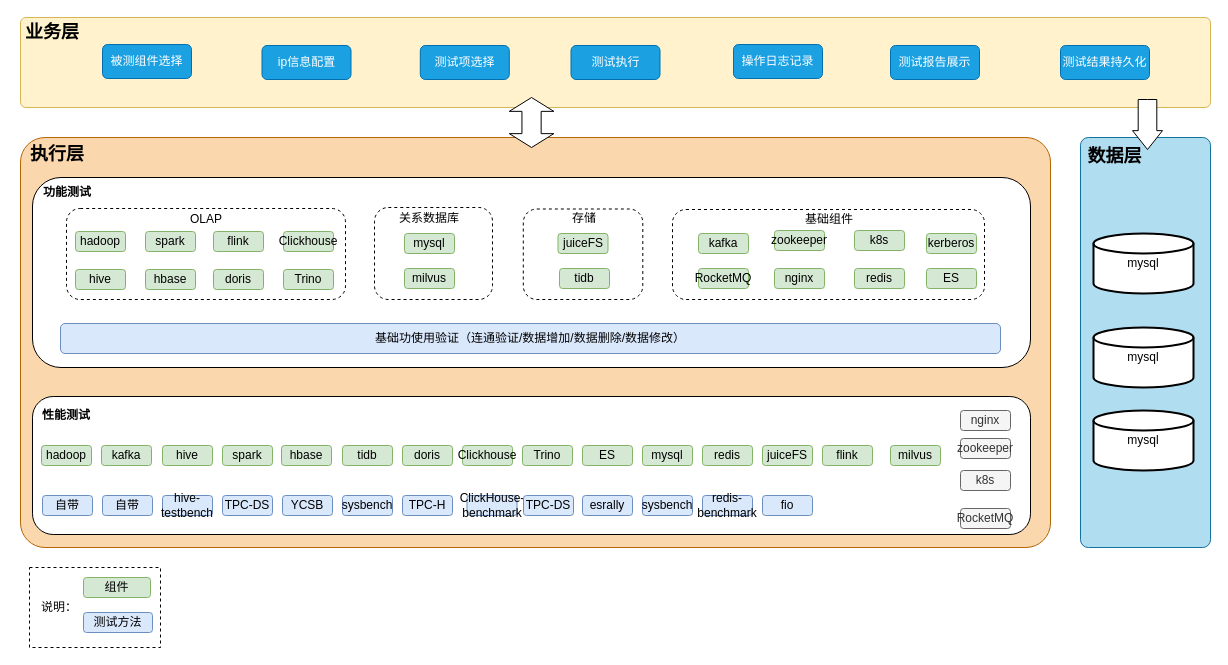
Earlier version of the draw.io diagram stresstest.drawio (Janxun/picture). Source tidied: cells renumbered, new cells numbered last; positions are measured from the earlier drawing's top-left corner, leaving out a move shared by most shapes. Both pictures are drawn from the tidied source at 100%, with x=0, y=0 at pixel (16, 17).
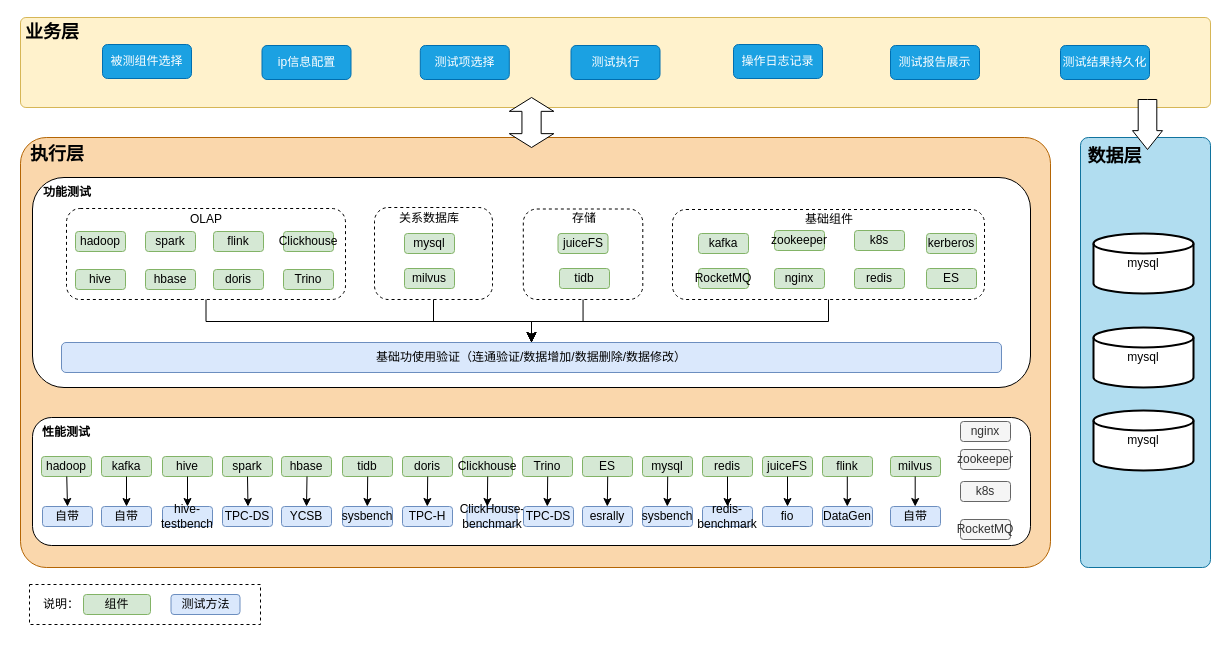
The same page after the edit.

The change refers to these unchanged cells:
```xml
<mxCell id="47" style="rounded=1;whiteSpace=wrap;html=1;dashed=1;" parent="1" vertex="1">
  <mxGeometry x="50" y="191" width="279" height="91" as="geometry" />
</mxCell>
<mxCell id="56" style="rounded=1;whiteSpace=wrap;html=1;dashed=1;" parent="1" vertex="1">
  <mxGeometry x="358" y="190" width="118" height="92" as="geometry" />
</mxCell>
<mxCell id="59" style="rounded=1;whiteSpace=wrap;html=1;dashed=1;" parent="1" vertex="1">
  <mxGeometry x="656" y="192" width="312" height="90" as="geometry" />
</mxCell>
<mxCell id="70" style="rounded=1;whiteSpace=wrap;html=1;dashed=1;" parent="1" vertex="1">
  <mxGeometry x="506.8" y="191.5" width="119.5" height="90.5" as="geometry" />
</mxCell>
```

What changed in the source:
```diff
@@
     <mxCell id="2" style="rounded=0;whiteSpace=wrap;html=1;dashed=1;" parent="1" vertex="1">
-      <mxGeometry x="13" y="550" width="131" height="80" as="geometry" />
+      <mxGeometry x="13" y="567" width="231" height="40" as="geometry" />
     </mxCell>
     <mxCell id="3" style="rounded=1;whiteSpace=wrap;html=1;align=left;arcSize=6;fillColor=#b1ddf0;strokeColor=#10739e;" parent="1" vertex="1">
-      <mxGeometry x="1064" y="120" width="130" height="410" as="geometry" />
+      <mxGeometry x="1064" y="120" width="130" height="430" as="geometry" />
     </mxCell>
@@
     <mxCell id="6" style="rounded=1;whiteSpace=wrap;html=1;align=left;arcSize=6;fillColor=#fad7ac;strokeColor=#b46504;" parent="1" vertex="1">
-      <mxGeometry x="4" y="120" width="1030" height="410" as="geometry" />
+      <mxGeometry x="4" y="120" width="1030" height="430" as="geometry" />
     </mxCell>
@@
     <mxCell id="8" style="rounded=1;whiteSpace=wrap;html=1;" parent="1" vertex="1">
-      <mxGeometry x="16" y="160" width="998" height="190" as="geometry" />
+      <mxGeometry x="16" y="160" width="998" height="210" as="geometry" />
     </mxCell>
@@
     <mxCell id="10" style="rounded=1;whiteSpace=wrap;html=1;" parent="1" vertex="1">
-      <mxGeometry x="16" y="379" width="998" height="138" as="geometry" />
+      <mxGeometry x="16" y="400" width="998" height="128" as="geometry" />
     </mxCell>
     <mxCell id="11" value="&lt;b&gt;性能测试&lt;/b&gt;" style="text;html=1;strokeColor=none;fillColor=none;align=center;verticalAlign=middle;whiteSpace=wrap;rounded=0;" parent="1" vertex="1">
-      <mxGeometry x="15" y="383" width="70" height="30" as="geometry" />
+      <mxGeometry x="15" y="400" width="70" height="30" as="geometry" />
     </mxCell>
     <mxCell id="12" value="基础功使用验证（连通验证/数据增加/数据删除/数据修改）" style="rounded=1;whiteSpace=wrap;html=1;fillColor=#dae8fc;strokeColor=#6c8ebf;" parent="1" vertex="1">
-      <mxGeometry x="44" y="306" width="940" height="30" as="geometry" />
+      <mxGeometry x="45" y="325" width="940" height="30" as="geometry" />
     </mxCell>
     <mxCell id="13" value="hive" style="rounded=1;whiteSpace=wrap;html=1;fillColor=#d5e8d4;strokeColor=#82b366;" parent="1" vertex="1">
-      <mxGeometry x="146" y="428" width="50" height="20" as="geometry" />
+      <mxGeometry x="146" y="439" width="50" height="20" as="geometry" />
     </mxCell>
     <mxCell id="14" value="hbase" style="rounded=1;whiteSpace=wrap;html=1;fillColor=#d5e8d4;strokeColor=#82b366;" parent="1" vertex="1">
-      <mxGeometry x="265" y="428" width="50" height="20" as="geometry" />
+      <mxGeometry x="265" y="439" width="50" height="20" as="geometry" />
     </mxCell>
     <mxCell id="15" value="hadoop" style="rounded=1;whiteSpace=wrap;html=1;fillColor=#d5e8d4;strokeColor=#82b366;" parent="1" vertex="1">
-      <mxGeometry x="25" y="428" width="50" height="20" as="geometry" />
+      <mxGeometry x="25" y="439" width="50" height="20" as="geometry" />
     </mxCell>
     <mxCell id="16" value="flink" style="rounded=1;whiteSpace=wrap;html=1;fillColor=#d5e8d4;strokeColor=#82b366;" parent="1" vertex="1">
-      <mxGeometry x="806" y="428" width="50" height="20" as="geometry" />
+      <mxGeometry x="806" y="439" width="50" height="20" as="geometry" />
     </mxCell>
     <mxCell id="17" value="tidb" style="rounded=1;whiteSpace=wrap;html=1;fillColor=#d5e8d4;strokeColor=#82b366;" parent="1" vertex="1">
-      <mxGeometry x="326" y="428" width="50" height="20" as="geometry" />
+      <mxGeometry x="326" y="439" width="50" height="20" as="geometry" />
     </mxCell>
     <mxCell id="18" value="doris" style="rounded=1;whiteSpace=wrap;html=1;fillColor=#d5e8d4;strokeColor=#82b366;" parent="1" vertex="1">
-      <mxGeometry x="386" y="428" width="50" height="20" as="geometry" />
+      <mxGeometry x="386" y="439" width="50" height="20" as="geometry" />
     </mxCell>
     <mxCell id="19" value="zookeeper" style="rounded=1;whiteSpace=wrap;html=1;fillColor=#f5f5f5;fontColor=#333333;strokeColor=#666666;" parent="1" vertex="1">
-      <mxGeometry x="944" y="421" width="50" height="20" as="geometry" />
+      <mxGeometry x="944" y="432" width="50" height="20" as="geometry" />
     </mxCell>
     <mxCell id="20" value="milvus" style="rounded=1;whiteSpace=wrap;html=1;fillColor=#d5e8d4;strokeColor=#82b366;" parent="1" vertex="1">
-      <mxGeometry x="874" y="428" width="50" height="20" as="geometry" />
+      <mxGeometry x="874" y="439" width="50" height="20" as="geometry" />
     </mxCell>
     <mxCell id="21" value="mysql" style="rounded=1;whiteSpace=wrap;html=1;fillColor=#d5e8d4;strokeColor=#82b366;" parent="1" vertex="1">
-      <mxGeometry x="626" y="428" width="50" height="20" as="geometry" />
+      <mxGeometry x="626" y="439" width="50" height="20" as="geometry" />
     </mxCell>
     <mxCell id="22" value="nginx" style="rounded=1;whiteSpace=wrap;html=1;fillColor=#f5f5f5;strokeColor=#666666;fontColor=#333333;" parent="1" vertex="1">
-      <mxGeometry x="944" y="393" width="50" height="20" as="geometry" />
+      <mxGeometry x="944" y="404" width="50" height="20" as="geometry" />
     </mxCell>
     <mxCell id="23" value="k8s" style="rounded=1;whiteSpace=wrap;html=1;fillColor=#f5f5f5;fontColor=#333333;strokeColor=#666666;" parent="1" vertex="1">
-      <mxGeometry x="944" y="453" width="50" height="20" as="geometry" />
+      <mxGeometry x="944" y="464" width="50" height="20" as="geometry" />
     </mxCell>
     <mxCell id="24" value="redis" style="rounded=1;whiteSpace=wrap;html=1;fillColor=#d5e8d4;strokeColor=#82b366;" parent="1" vertex="1">
-      <mxGeometry x="686" y="428" width="50" height="20" as="geometry" />
+      <mxGeometry x="686" y="439" width="50" height="20" as="geometry" />
     </mxCell>
     <mxCell id="25" value="RocketMQ" style="rounded=1;whiteSpace=wrap;html=1;fillColor=#f5f5f5;strokeColor=#666666;fontColor=#333333;" parent="1" vertex="1">
-      <mxGeometry x="944" y="491" width="50" height="20" as="geometry" />
+      <mxGeometry x="944" y="502" width="50" height="20" as="geometry" />
     </mxCell>
     <mxCell id="26" value="hive-testbench" style="rounded=1;whiteSpace=wrap;html=1;fillColor=#dae8fc;strokeColor=#6c8ebf;" parent="1" vertex="1">
-      <mxGeometry x="146" y="478" width="50" height="20" as="geometry" />
+      <mxGeometry x="146" y="489" width="50" height="20" as="geometry" />
     </mxCell>
     <mxCell id="27" value="sysbench" style="rounded=1;whiteSpace=wrap;html=1;fillColor=#dae8fc;strokeColor=#6c8ebf;" parent="1" vertex="1">
-      <mxGeometry x="326" y="478" width="50" height="20" as="geometry" />
+      <mxGeometry x="326" y="489" width="50" height="20" as="geometry" />
     </mxCell>
     <mxCell id="28" value="YCSB" style="rounded=1;whiteSpace=wrap;html=1;fillColor=#dae8fc;strokeColor=#6c8ebf;" parent="1" vertex="1">
-      <mxGeometry x="266" y="478" width="50" height="20" as="geometry" />
+      <mxGeometry x="265" y="489" width="50" height="20" as="geometry" />
     </mxCell>
     <mxCell id="29" value="kafka" style="rounded=1;whiteSpace=wrap;html=1;fillColor=#d5e8d4;strokeColor=#82b366;" parent="1" vertex="1">
-      <mxGeometry x="85" y="428" width="50" height="20" as="geometry" />
+      <mxGeometry x="85" y="439" width="50" height="20" as="geometry" />
     </mxCell>
     <mxCell id="30" value="spark" style="rounded=1;whiteSpace=wrap;html=1;fillColor=#d5e8d4;strokeColor=#82b366;" parent="1" vertex="1">
-      <mxGeometry x="206" y="428" width="50" height="20" as="geometry" />
+      <mxGeometry x="206" y="439" width="50" height="20" as="geometry" />
     </mxCell>
     <mxCell id="31" value="Clickhouse" style="rounded=1;whiteSpace=wrap;html=1;fillColor=#d5e8d4;strokeColor=#82b366;" parent="1" vertex="1">
-      <mxGeometry x="446" y="428" width="50" height="20" as="geometry" />
+      <mxGeometry x="446" y="439" width="50" height="20" as="geometry" />
     </mxCell>
     <mxCell id="32" value="Trino" style="rounded=1;whiteSpace=wrap;html=1;fillColor=#d5e8d4;strokeColor=#82b366;" parent="1" vertex="1">
-      <mxGeometry x="506" y="428" width="50" height="20" as="geometry" />
+      <mxGeometry x="506" y="439" width="50" height="20" as="geometry" />
     </mxCell>
     <mxCell id="33" value="ES" style="rounded=1;whiteSpace=wrap;html=1;fillColor=#d5e8d4;strokeColor=#82b366;" parent="1" vertex="1">
-      <mxGeometry x="566" y="428" width="50" height="20" as="geometry" />
+      <mxGeometry x="566" y="439" width="50" height="20" as="geometry" />
     </mxCell>
     <mxCell id="34" value="自带" style="rounded=1;whiteSpace=wrap;html=1;fillColor=#dae8fc;strokeColor=#6c8ebf;" parent="1" vertex="1">
-      <mxGeometry x="26" y="478" width="50" height="20" as="geometry" />
+      <mxGeometry x="26" y="489" width="50" height="20" as="geometry" />
     </mxCell>
     <mxCell id="35" value="自带" style="rounded=1;whiteSpace=wrap;html=1;fillColor=#dae8fc;strokeColor=#6c8ebf;" parent="1" vertex="1">
-      <mxGeometry x="86" y="478" width="50" height="20" as="geometry" />
+      <mxGeometry x="85" y="489" width="50" height="20" as="geometry" />
     </mxCell>
     <mxCell id="36" value="TPC-DS" style="rounded=1;whiteSpace=wrap;html=1;fillColor=#dae8fc;strokeColor=#6c8ebf;" parent="1" vertex="1">
-      <mxGeometry x="206" y="478" width="50" height="20" as="geometry" />
+      <mxGeometry x="206" y="489" width="50" height="20" as="geometry" />
     </mxCell>
     <mxCell id="37" value="TPC-H" style="rounded=1;whiteSpace=wrap;html=1;fillColor=#dae8fc;strokeColor=#6c8ebf;" parent="1" vertex="1">
-      <mxGeometry x="386" y="478" width="50" height="20" as="geometry" />
+      <mxGeometry x="386" y="489" width="50" height="20" as="geometry" />
     </mxCell>
     <mxCell id="38" value="esrally" style="rounded=1;whiteSpace=wrap;html=1;fillColor=#dae8fc;strokeColor=#6c8ebf;" parent="1" vertex="1">
-      <mxGeometry x="566" y="478" width="50" height="20" as="geometry" />
+      <mxGeometry x="566" y="489" width="50" height="20" as="geometry" />
     </mxCell>
     <mxCell id="39" value="sysbench" style="rounded=1;whiteSpace=wrap;html=1;fillColor=#dae8fc;strokeColor=#6c8ebf;" parent="1" vertex="1">
-      <mxGeometry x="626" y="478" width="50" height="20" as="geometry" />
+      <mxGeometry x="626" y="489" width="50" height="20" as="geometry" />
     </mxCell>
     <mxCell id="40" value="redis-benchmark" style="rounded=1;whiteSpace=wrap;html=1;fillColor=#dae8fc;strokeColor=#6c8ebf;" parent="1" vertex="1">
-      <mxGeometry x="686" y="478" width="50" height="20" as="geometry" />
+      <mxGeometry x="686" y="489" width="50" height="20" as="geometry" />
     </mxCell>
     <mxCell id="41" value="juiceFS" style="rounded=1;whiteSpace=wrap;html=1;fillColor=#d5e8d4;strokeColor=#82b366;" parent="1" vertex="1">
-      <mxGeometry x="746" y="428" width="50" height="20" as="geometry" />
+      <mxGeometry x="746" y="439" width="50" height="20" as="geometry" />
     </mxCell>
     <mxCell id="42" value="fio" style="rounded=1;whiteSpace=wrap;html=1;fillColor=#dae8fc;strokeColor=#6c8ebf;" parent="1" vertex="1">
-      <mxGeometry x="746" y="478" width="50" height="20" as="geometry" />
+      <mxGeometry x="746" y="489" width="50" height="20" as="geometry" />
     </mxCell>
@@
     <mxCell id="45" value="ClickHouse-benchmark" style="rounded=1;whiteSpace=wrap;html=1;fillColor=#dae8fc;strokeColor=#6c8ebf;" parent="1" vertex="1">
-      <mxGeometry x="450.5" y="478" width="50" height="20" as="geometry" />
+      <mxGeometry x="450.5" y="489" width="50" height="20" as="geometry" />
     </mxCell>
     <mxCell id="46" value="TPC-DS" style="rounded=1;whiteSpace=wrap;html=1;fillColor=#dae8fc;strokeColor=#6c8ebf;" parent="1" vertex="1">
-      <mxGeometry x="507" y="478" width="50" height="20" as="geometry" />
+      <mxGeometry x="507" y="489" width="50" height="20" as="geometry" />
     </mxCell>
@@
     <mxCell id="84" value="组件" style="rounded=1;whiteSpace=wrap;html=1;fillColor=#d5e8d4;strokeColor=#82b366;" parent="1" vertex="1">
-      <mxGeometry x="67" y="560" width="67" height="20" as="geometry" />
+      <mxGeometry x="67" y="577" width="67" height="20" as="geometry" />
     </mxCell>
     <mxCell id="85" value="测试方法" style="rounded=1;whiteSpace=wrap;html=1;fillColor=#dae8fc;strokeColor=#6c8ebf;" parent="1" vertex="1">
-      <mxGeometry x="67" y="595" width="69" height="20" as="geometry" />
+      <mxGeometry x="154.5" y="577" width="69" height="20" as="geometry" />
     </mxCell>
     <mxCell id="86" value="说明：" style="text;html=1;strokeColor=none;fillColor=none;align=center;verticalAlign=middle;whiteSpace=wrap;rounded=0;" parent="1" vertex="1">
-      <mxGeometry x="13" y="575" width="60" height="30" as="geometry" />
+      <mxGeometry x="15" y="572" width="60" height="30" as="geometry" />
     </mxCell>
@@
+    <mxCell id="89" style="endArrow=classic;html=1;rounded=0;entryX=0.5;entryY=0;entryDx=0;entryDy=0;" parent="1" edge="1" source="15" target="34">
+      <mxGeometry relative="1" as="geometry" />
+    </mxCell>
+    <mxCell id="90" style="endArrow=classic;html=1;rounded=0;exitX=0.5;exitY=1;exitDx=0;exitDy=0;entryX=0.5;entryY=0;entryDx=0;entryDy=0;" parent="1" edge="1" source="29" target="35">
+      <mxGeometry relative="1" as="geometry" />
+    </mxCell>
+    <mxCell id="91" style="endArrow=classic;html=1;rounded=0;exitX=0.5;exitY=1;exitDx=0;exitDy=0;entryX=0.5;entryY=0;entryDx=0;entryDy=0;" parent="1" edge="1" source="13" target="26">
+      <mxGeometry relative="1" as="geometry" />
+    </mxCell>
+    <mxCell id="92" style="endArrow=classic;html=1;rounded=0;exitX=0.5;exitY=1;exitDx=0;exitDy=0;entryX=0.5;entryY=0;entryDx=0;entryDy=0;" parent="1" edge="1" source="30">
+      <mxGeometry relative="1" as="geometry">
+        <mxPoint x="231.5" y="489" as="targetPoint" />
+      </mxGeometry>
+    </mxCell>
+    <mxCell id="93" style="endArrow=classic;html=1;rounded=0;exitX=0.5;exitY=1;exitDx=0;exitDy=0;entryX=0.5;entryY=0;entryDx=0;entryDy=0;" parent="1" edge="1" target="28">
+      <mxGeometry relative="1" as="geometry">
+        <mxPoint x="290.5" y="459" as="sourcePoint" />
+      </mxGeometry>
+    </mxCell>
+    <mxCell id="94" style="endArrow=classic;html=1;rounded=0;exitX=0.5;exitY=1;exitDx=0;exitDy=0;entryX=0.5;entryY=0;entryDx=0;entryDy=0;" parent="1" edge="1">
+      <mxGeometry relative="1" as="geometry">
+        <mxPoint x="351.2" y="459" as="sourcePoint" />
+        <mxPoint x="350.8" y="489" as="targetPoint" />
+      </mxGeometry>
+    </mxCell>
+    <mxCell id="95" style="endArrow=classic;html=1;rounded=0;exitX=0.5;exitY=1;exitDx=0;exitDy=0;entryX=0.5;entryY=0;entryDx=0;entryDy=0;" parent="1" edge="1">
+      <mxGeometry relative="1" as="geometry">
+        <mxPoint x="411.2" y="459" as="sourcePoint" />
+        <mxPoint x="410.8" y="489" as="targetPoint" />
+      </mxGeometry>
+    </mxCell>
+    <mxCell id="96" style="endArrow=classic;html=1;rounded=0;exitX=0.5;exitY=1;exitDx=0;exitDy=0;entryX=0.5;entryY=0;entryDx=0;entryDy=0;" parent="1" edge="1">
+      <mxGeometry relative="1" as="geometry">
+        <mxPoint x="471.2" y="459" as="sourcePoint" />
+        <mxPoint x="470.8" y="489" as="targetPoint" />
+      </mxGeometry>
+    </mxCell>
+    <mxCell id="97" style="endArrow=classic;html=1;rounded=0;exitX=0.5;exitY=1;exitDx=0;exitDy=0;entryX=0.5;entryY=0;entryDx=0;entryDy=0;" parent="1" edge="1">
+      <mxGeometry relative="1" as="geometry">
+        <mxPoint x="531.2" y="459" as="sourcePoint" />
+        <mxPoint x="530.8" y="489" as="targetPoint" />
+      </mxGeometry>
+    </mxCell>
+    <mxCell id="98" style="endArrow=classic;html=1;rounded=0;exitX=0.5;exitY=1;exitDx=0;exitDy=0;entryX=0.5;entryY=0;entryDx=0;entryDy=0;" parent="1" edge="1">
+      <mxGeometry relative="1" as="geometry">
+        <mxPoint x="591.2" y="459" as="sourcePoint" />
+        <mxPoint x="590.8" y="489" as="targetPoint" />
+      </mxGeometry>
+    </mxCell>
+    <mxCell id="99" style="endArrow=classic;html=1;rounded=0;exitX=0.5;exitY=1;exitDx=0;exitDy=0;entryX=0.5;entryY=0;entryDx=0;entryDy=0;" parent="1" edge="1">
+      <mxGeometry relative="1" as="geometry">
+        <mxPoint x="651.2" y="459" as="sourcePoint" />
+        <mxPoint x="650.8" y="489" as="targetPoint" />
+      </mxGeometry>
+    </mxCell>
+    <mxCell id="100" style="endArrow=classic;html=1;rounded=0;exitX=0.5;exitY=1;exitDx=0;exitDy=0;entryX=0.5;entryY=0;entryDx=0;entryDy=0;" parent="1" edge="1" source="24" target="40">
+      <mxGeometry relative="1" as="geometry" />
+    </mxCell>
+    <mxCell id="101" style="endArrow=classic;html=1;rounded=0;exitX=0.5;exitY=1;exitDx=0;exitDy=0;entryX=0.5;entryY=0;entryDx=0;entryDy=0;" parent="1" edge="1" source="41" target="42">
+      <mxGeometry relative="1" as="geometry" />
+    </mxCell>
+    <mxCell id="102" style="edgeStyle=elbowEdgeStyle;elbow=vertical;endArrow=classic;html=1;curved=0;rounded=0;endSize=8;startSize=8;exitX=0.5;exitY=1;exitDx=0;exitDy=0;entryX=0.5;entryY=0;entryDx=0;entryDy=0;" parent="1" edge="1" source="47" target="12">
+      <mxGeometry relative="1" as="geometry" />
+    </mxCell>
+    <mxCell id="103" style="edgeStyle=elbowEdgeStyle;elbow=vertical;endArrow=classic;html=1;curved=0;rounded=0;endSize=8;startSize=8;exitX=0.5;exitY=1;exitDx=0;exitDy=0;entryX=0.5;entryY=0;entryDx=0;entryDy=0;" parent="1" edge="1" source="56" target="12">
+      <mxGeometry relative="1" as="geometry" />
+    </mxCell>
+    <mxCell id="104" style="edgeStyle=elbowEdgeStyle;elbow=vertical;endArrow=classic;html=1;curved=0;rounded=0;endSize=8;startSize=8;exitX=0.5;exitY=1;exitDx=0;exitDy=0;entryX=0.5;entryY=0;entryDx=0;entryDy=0;" parent="1" edge="1" source="70" target="12">
+      <mxGeometry relative="1" as="geometry" />
+    </mxCell>
+    <mxCell id="105" style="edgeStyle=elbowEdgeStyle;elbow=vertical;endArrow=classic;html=1;curved=0;rounded=0;endSize=8;startSize=8;exitX=0.5;exitY=1;exitDx=0;exitDy=0;entryX=0.5;entryY=0;entryDx=0;entryDy=0;" parent="1" edge="1" source="59" target="12">
+      <mxGeometry relative="1" as="geometry" />
+    </mxCell>
+    <mxCell id="106" value="DataGen" style="rounded=1;whiteSpace=wrap;html=1;fillColor=#dae8fc;strokeColor=#6c8ebf;" parent="1" vertex="1">
+      <mxGeometry x="806" y="489" width="50" height="20" as="geometry" />
+    </mxCell>
+    <mxCell id="107" style="endArrow=classic;html=1;rounded=0;exitX=0.5;exitY=1;exitDx=0;exitDy=0;entryX=0.5;entryY=0;entryDx=0;entryDy=0;" parent="1" edge="1">
+      <mxGeometry relative="1" as="geometry">
+        <mxPoint x="830.8" y="459" as="sourcePoint" />
+        <mxPoint x="830.8" y="489" as="targetPoint" />
+      </mxGeometry>
+    </mxCell>
+    <mxCell id="108" value="自带" style="rounded=1;whiteSpace=wrap;html=1;fillColor=#dae8fc;strokeColor=#6c8ebf;" parent="1" vertex="1">
+      <mxGeometry x="874" y="489" width="50" height="20" as="geometry" />
+    </mxCell>
+    <mxCell id="109" style="endArrow=classic;html=1;rounded=0;exitX=0.5;exitY=1;exitDx=0;exitDy=0;entryX=0.5;entryY=0;entryDx=0;entryDy=0;" parent="1" edge="1">
+      <mxGeometry relative="1" as="geometry">
+        <mxPoint x="898.7" y="459" as="sourcePoint" />
+        <mxPoint x="898.7" y="489" as="targetPoint" />
+      </mxGeometry>
+    </mxCell>
```
